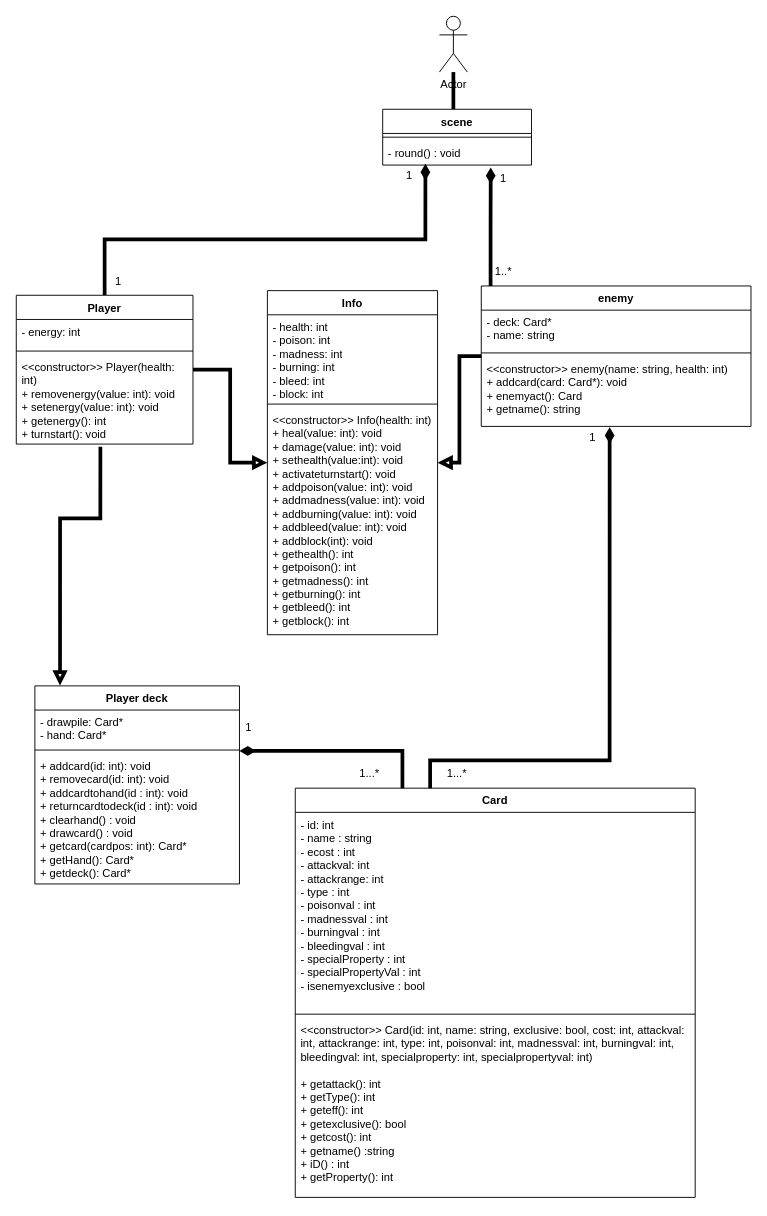
Earlier version of the draw.io diagram Documentation/grouprojectclassdiagram.drawio (Judoka200/EE2010-CW). Source tidied: cells renumbered, new cells numbered last; positions are measured from the earlier drawing's top-left corner, leaving out a move shared by most shapes. Both pictures are drawn from the tidied source at 93%, with x=0, y=0 at pixel (16, 16).
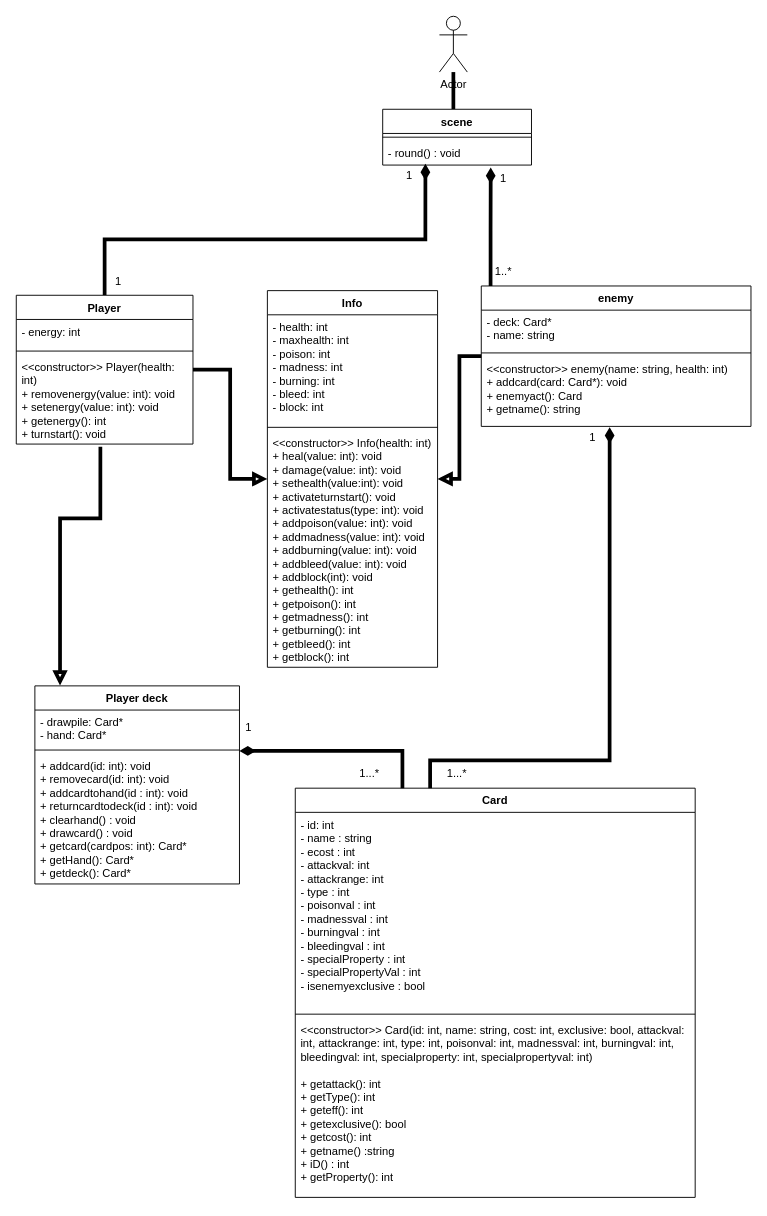
After the change.

The change refers to these unchanged cells:
```xml
<mxCell id="8" value="Card" style="swimlane;fontStyle=1;align=center;verticalAlign=top;horizontal=1;startSize=26;whiteSpace=wrap;html=1;" parent="1" vertex="1">
  <mxGeometry x="300" y="830" width="430" height="440" as="geometry" />
</mxCell>
```

Change to the diagram source:
```diff
@@
-    <mxCell id="11" value="&amp;lt;&amp;lt;constructor&amp;gt;&amp;gt; Card(id: int, name: string, exclusive: bool, cost: int, attackval: int, attackrange: int, type: int, poisonval: int, madnessval: int,&lt;b&gt;&amp;nbsp;&lt;/b&gt;burningval: int, bleedingval: int, specialproperty: int, specialpropertyval: int)&lt;div&gt;&lt;br&gt;&lt;div&gt;+ getattack()&lt;span style=&quot;background-color: transparent; color: light-dark(#000000, var(--ge-light-color, #ffffff));&quot;&gt;: int&lt;/span&gt;&lt;/div&gt;&lt;div&gt;&lt;span style=&quot;background-color: transparent; color: light-dark(#000000, var(--ge-light-color, #ffffff));&quot;&gt;+ getType(): int&lt;/span&gt;&lt;/div&gt;&lt;div&gt;&lt;span style=&quot;background-color: transparent; color: light-dark(#000000, var(--ge-light-color, #ffffff));&quot;&gt;+ geteff()&lt;/span&gt;&lt;span style=&quot;background-color: transparent; color: light-dark(#000000, var(--ge-light-color, #ffffff));&quot;&gt;: int&lt;/span&gt;&lt;/div&gt;&lt;div&gt;&lt;span style=&quot;background-color: transparent; color: light-dark(#000000, var(--ge-light-color, #ffffff));&quot;&gt;+ getexclusive(): bool&lt;/span&gt;&lt;/div&gt;&lt;div&gt;&lt;span style=&quot;background-color: transparent; color: light-dark(#000000, var(--ge-light-color, #ffffff));&quot;&gt;+ getcost(): int&lt;/span&gt;&lt;/div&gt;&lt;div&gt;&lt;span style=&quot;background-color: transparent; color: light-dark(#000000, var(--ge-light-color, #ffffff));&quot;&gt;+ getname() :string&lt;/span&gt;&lt;/div&gt;&lt;div&gt;&lt;span style=&quot;background-color: transparent; color: light-dark(#000000, var(--ge-light-color, #ffffff));&quot;&gt;+ iD() : int&lt;/span&gt;&lt;/div&gt;&lt;div&gt;&lt;span style=&quot;background-color: transparent; color: light-dark(#000000, var(--ge-light-color, #ffffff));&quot;&gt;+ getProperty(): int&lt;/span&gt;&lt;/div&gt;&lt;/div&gt;" style="text;strokeColor=none;fillColor=none;align=left;verticalAlign=top;spacingLeft=4;spacingRight=4;overflow=hidden;whiteSpace=wrap;html=1;" parent="8" vertex="1">
+    <mxCell id="11" value="&amp;lt;&amp;lt;constructor&amp;gt;&amp;gt; Card(id: int, name: string, cost: int,&amp;nbsp;exclusive: bool, attackval: int, attackrange: int, type: int, poisonval: int, madnessval: int,&lt;b&gt;&amp;nbsp;&lt;/b&gt;burningval: int, bleedingval: int, specialproperty: int, specialpropertyval: int)&lt;div&gt;&lt;br&gt;&lt;div&gt;+ getattack()&lt;span style=&quot;background-color: transparent; color: light-dark(#000000, var(--ge-light-color, #ffffff));&quot;&gt;: int&lt;/span&gt;&lt;/div&gt;&lt;div&gt;&lt;span style=&quot;background-color: transparent; color: light-dark(#000000, var(--ge-light-color, #ffffff));&quot;&gt;+ getType(): int&lt;/span&gt;&lt;/div&gt;&lt;div&gt;&lt;span style=&quot;background-color: transparent; color: light-dark(#000000, var(--ge-light-color, #ffffff));&quot;&gt;+ geteff()&lt;/span&gt;&lt;span style=&quot;background-color: transparent; color: light-dark(#000000, var(--ge-light-color, #ffffff));&quot;&gt;: int&lt;/span&gt;&lt;/div&gt;&lt;div&gt;&lt;span style=&quot;background-color: transparent; color: light-dark(#000000, var(--ge-light-color, #ffffff));&quot;&gt;+ getexclusive(): bool&lt;/span&gt;&lt;/div&gt;&lt;div&gt;&lt;span style=&quot;background-color: transparent; color: light-dark(#000000, var(--ge-light-color, #ffffff));&quot;&gt;+ getcost(): int&lt;/span&gt;&lt;/div&gt;&lt;div&gt;&lt;span style=&quot;background-color: transparent; color: light-dark(#000000, var(--ge-light-color, #ffffff));&quot;&gt;+ getname() :string&lt;/span&gt;&lt;/div&gt;&lt;div&gt;&lt;span style=&quot;background-color: transparent; color: light-dark(#000000, var(--ge-light-color, #ffffff));&quot;&gt;+ iD() : int&lt;/span&gt;&lt;/div&gt;&lt;div&gt;&lt;span style=&quot;background-color: transparent; color: light-dark(#000000, var(--ge-light-color, #ffffff));&quot;&gt;+ getProperty(): int&lt;/span&gt;&lt;/div&gt;&lt;/div&gt;" style="text;strokeColor=none;fillColor=none;align=left;verticalAlign=top;spacingLeft=4;spacingRight=4;overflow=hidden;whiteSpace=wrap;html=1;" parent="8" vertex="1">
       <mxGeometry y="247" width="430" height="193" as="geometry" />
     </mxCell>
@@
     <mxCell id="35" value="Info" style="swimlane;fontStyle=1;align=center;verticalAlign=top;horizontal=1;startSize=26;whiteSpace=wrap;html=1;" parent="1" vertex="1">
-      <mxGeometry x="270" y="295" width="183" height="370" as="geometry" />
+      <mxGeometry x="270" y="295" width="183" height="405" as="geometry" />
     </mxCell>
-    <mxCell id="36" value="- health: int&lt;div&gt;- poison: int&lt;/div&gt;&lt;div&gt;- madness: int&lt;/div&gt;&lt;div&gt;- burning: int&lt;/div&gt;&lt;div&gt;- bleed: int&lt;/div&gt;&lt;div&gt;- block: int&lt;/div&gt;" style="text;strokeColor=none;fillColor=none;align=left;verticalAlign=top;spacingLeft=4;spacingRight=4;overflow=hidden;whiteSpace=wrap;html=1;" parent="35" vertex="1">
-      <mxGeometry y="26" width="183" height="92" as="geometry" />
+    <mxCell id="36" value="- health: int&lt;div&gt;- maxhealth: int&lt;br&gt;&lt;div&gt;- poison: int&lt;/div&gt;&lt;div&gt;- madness: int&lt;/div&gt;&lt;div&gt;- burning: int&lt;/div&gt;&lt;div&gt;- bleed: int&lt;/div&gt;&lt;div&gt;- block: int&lt;/div&gt;&lt;/div&gt;" style="text;strokeColor=none;fillColor=none;align=left;verticalAlign=top;spacingLeft=4;spacingRight=4;overflow=hidden;whiteSpace=wrap;html=1;" parent="35" vertex="1">
+      <mxGeometry y="26" width="183" height="117" as="geometry" />
     </mxCell>
     <mxCell id="37" style="line;strokeWidth=1;fillColor=none;align=left;verticalAlign=middle;spacingTop=-1;spacingLeft=3;spacingRight=3;labelPosition=right;strokeColor=inherit;labelPerimeter=1;" parent="35" vertex="1">
-      <mxGeometry y="118" width="183" height="8" as="geometry" />
+      <mxGeometry y="143" width="183" height="8" as="geometry" />
     </mxCell>
-    <mxCell id="38" value="&lt;div&gt;&amp;lt;&amp;lt;constructor&amp;gt;&amp;gt; Info(health: int)&lt;/div&gt;+ heal(value: int): void&lt;div&gt;+ damage(value: int): void&lt;/div&gt;&lt;div&gt;+ sethealth(value:int): void&lt;/div&gt;&lt;div&gt;+ activateturnstart(): void&lt;/div&gt;&lt;div&gt;+ addpoison(value: int): void&lt;/div&gt;&lt;div&gt;+ addmadness(value: int): void&lt;/div&gt;&lt;div&gt;+ addburning(value: int): void&lt;/div&gt;&lt;div&gt;+ addbleed(value: int): void&lt;/div&gt;&lt;div&gt;+ addblock(int): void&lt;/div&gt;&lt;div&gt;+ gethealth(): int&lt;/div&gt;&lt;div&gt;+ getpoison(): int&lt;/div&gt;&lt;div&gt;+ getmadness(): int&lt;/div&gt;&lt;div&gt;+ getburning(): int&lt;/div&gt;&lt;div&gt;+ getbleed(): int&lt;/div&gt;&lt;div&gt;+ getblock(): int&lt;/div&gt;" style="text;strokeColor=none;fillColor=none;align=left;verticalAlign=top;spacingLeft=4;spacingRight=4;overflow=hidden;whiteSpace=wrap;html=1;" parent="35" vertex="1">
-      <mxGeometry y="126" width="183" height="244" as="geometry" />
+    <mxCell id="38" value="&lt;div&gt;&amp;lt;&amp;lt;constructor&amp;gt;&amp;gt; Info(health: int)&lt;/div&gt;+ heal(value: int): void&lt;div&gt;+ damage(value: int): void&lt;/div&gt;&lt;div&gt;+ sethealth(value:int): void&lt;/div&gt;&lt;div&gt;+ activateturnstart(): void&lt;/div&gt;&lt;div&gt;+ activatestatus(type: int): void&lt;/div&gt;&lt;div&gt;+ addpoison(value: int): void&lt;/div&gt;&lt;div&gt;+ addmadness(value: int): void&lt;/div&gt;&lt;div&gt;+ addburning(value: int): void&lt;/div&gt;&lt;div&gt;+ addbleed(value: int): void&lt;/div&gt;&lt;div&gt;+ addblock(int): void&lt;/div&gt;&lt;div&gt;+ gethealth(): int&lt;/div&gt;&lt;div&gt;+ getpoison(): int&lt;/div&gt;&lt;div&gt;+ getmadness(): int&lt;/div&gt;&lt;div&gt;+ getburning(): int&lt;/div&gt;&lt;div&gt;+ getbleed(): int&lt;/div&gt;&lt;div&gt;+ getblock(): int&lt;/div&gt;" style="text;strokeColor=none;fillColor=none;align=left;verticalAlign=top;spacingLeft=4;spacingRight=4;overflow=hidden;whiteSpace=wrap;html=1;" parent="35" vertex="1">
+      <mxGeometry y="151" width="183" height="254" as="geometry" />
     </mxCell>
```
